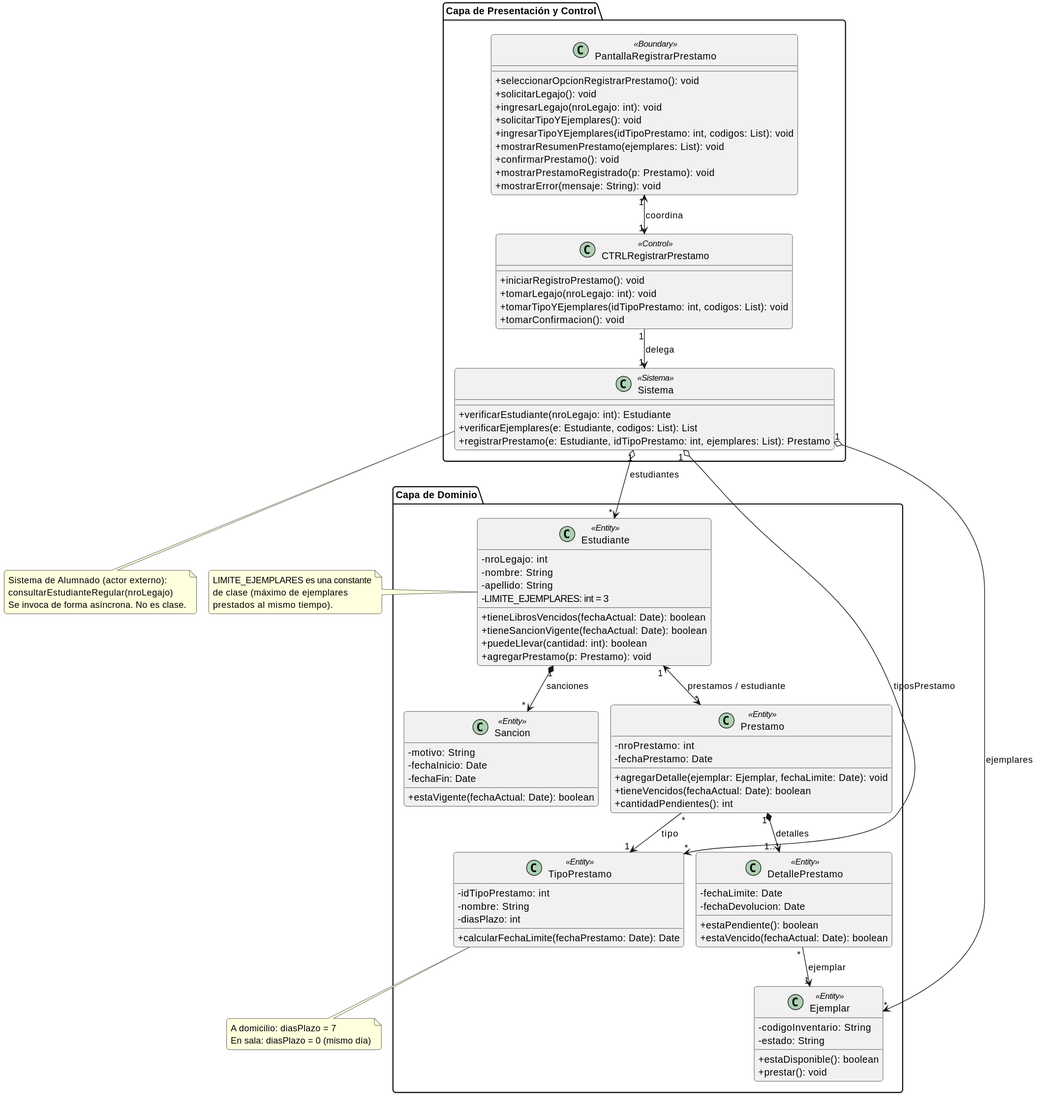
This is parciales/ejercicio-extra/02-registrar-prestamo/03-diagrama-clases/clases_registrar_prestamo.svg from sandobaitt/dsi-2026, a PlantUML export, as it was before one commit. Source of this version:
```plantuml
@startuml
!pragma layout smetana
!pragma layout smetana
skinparam shadowing false
skinparam roundcorner 8
skinparam classAttributeIconSize 0
skinparam linetype ortho


package "Capa de Presentación y Control" {

    class "PantallaRegistrarPrestamo" as UI <<Boundary>> {
        + seleccionarOpcionRegistrarPrestamo(): void
        + solicitarLegajo(): void
        + ingresarLegajo(nroLegajo: int): void
        + solicitarTipoYEjemplares(): void
        + ingresarTipoYEjemplares(idTipoPrestamo: int, codigos: List): void
        + mostrarResumenPrestamo(ejemplares: List): void
        + confirmarPrestamo(): void
        + mostrarPrestamoRegistrado(p: Prestamo): void
        + mostrarError(mensaje: String): void
    }

    class "CTRLRegistrarPrestamo" as CTRL <<Control>> {
        + iniciarRegistroPrestamo(): void
        + tomarLegajo(nroLegajo: int): void
        + tomarTipoYEjemplares(idTipoPrestamo: int, codigos: List): void
        + tomarConfirmacion(): void
    }

    class "Sistema" as Sistema <<Sistema>> {
        + verificarEstudiante(nroLegajo: int): Estudiante
        + verificarEjemplares(e: Estudiante, codigos: List): List
        + registrarPrestamo(e: Estudiante, idTipoPrestamo: int, ejemplares: List): Prestamo
    }
}

package "Capa de Dominio" {

    class "Estudiante" as Estudiante <<Entity>> {
        - nroLegajo: int
        - nombre: String
        - apellido: String
        - LIMITE_EJEMPLARES: int = 3
        + tieneLibrosVencidos(fechaActual: Date): boolean
        + tieneSancionVigente(fechaActual: Date): boolean
        + puedeLlevar(cantidad: int): boolean
        + agregarPrestamo(p: Prestamo): void
    }

    class "Sancion" as Sancion <<Entity>> {
        - motivo: String
        - fechaInicio: Date
        - fechaFin: Date
        + estaVigente(fechaActual: Date): boolean
    }

    class "Prestamo" as Prestamo <<Entity>> {
        - nroPrestamo: int
        - fechaPrestamo: Date
        + agregarDetalle(ejemplar: Ejemplar, fechaLimite: Date): void
        + tieneVencidos(fechaActual: Date): boolean
        + cantidadPendientes(): int
    }

    class "DetallePrestamo" as DetallePrestamo <<Entity>> {
        - fechaLimite: Date
        - fechaDevolucion: Date
        + estaPendiente(): boolean
        + estaVencido(fechaActual: Date): boolean
    }

    class "TipoPrestamo" as TipoPrestamo <<Entity>> {
        - idTipoPrestamo: int
        - nombre: String
        - diasPlazo: int
        + calcularFechaLimite(fechaPrestamo: Date): Date
    }

    class "Ejemplar" as Ejemplar <<Entity>> {
        - codigoInventario: String
        - estado: String
        + estaDisponible(): boolean
        + prestar(): void
    }
}


UI "1" <--> "1" CTRL : coordina
CTRL "1" --> "1" Sistema : delega

Sistema "1" o--> "*" Estudiante : estudiantes
Sistema "1" o--> "*" Ejemplar : ejemplares
Sistema "1" o--> "*" TipoPrestamo : tiposPrestamo

Estudiante "1" <--> "*" Prestamo : prestamos / estudiante
Estudiante "1" *--> "*" Sancion : sanciones
Prestamo "1" *--> "1..*" DetallePrestamo : detalles
Prestamo "*" --> "1" TipoPrestamo : tipo
DetallePrestamo "*" --> "1" Ejemplar : ejemplar

note right of Estudiante
  LIMITE_EJEMPLARES es una constante
  de clase (máximo de ejemplares
  prestados al mismo tiempo).
end note

note bottom of TipoPrestamo
  A domicilio: diasPlazo = 7
  En sala: diasPlazo = 0 (mismo día)
end note

note bottom of Sistema
  Sistema de Alumnado (actor externo):
  consultarEstudianteRegular(nroLegajo)
  Se invoca de forma asíncrona. No es clase.
end note
@enduml
```
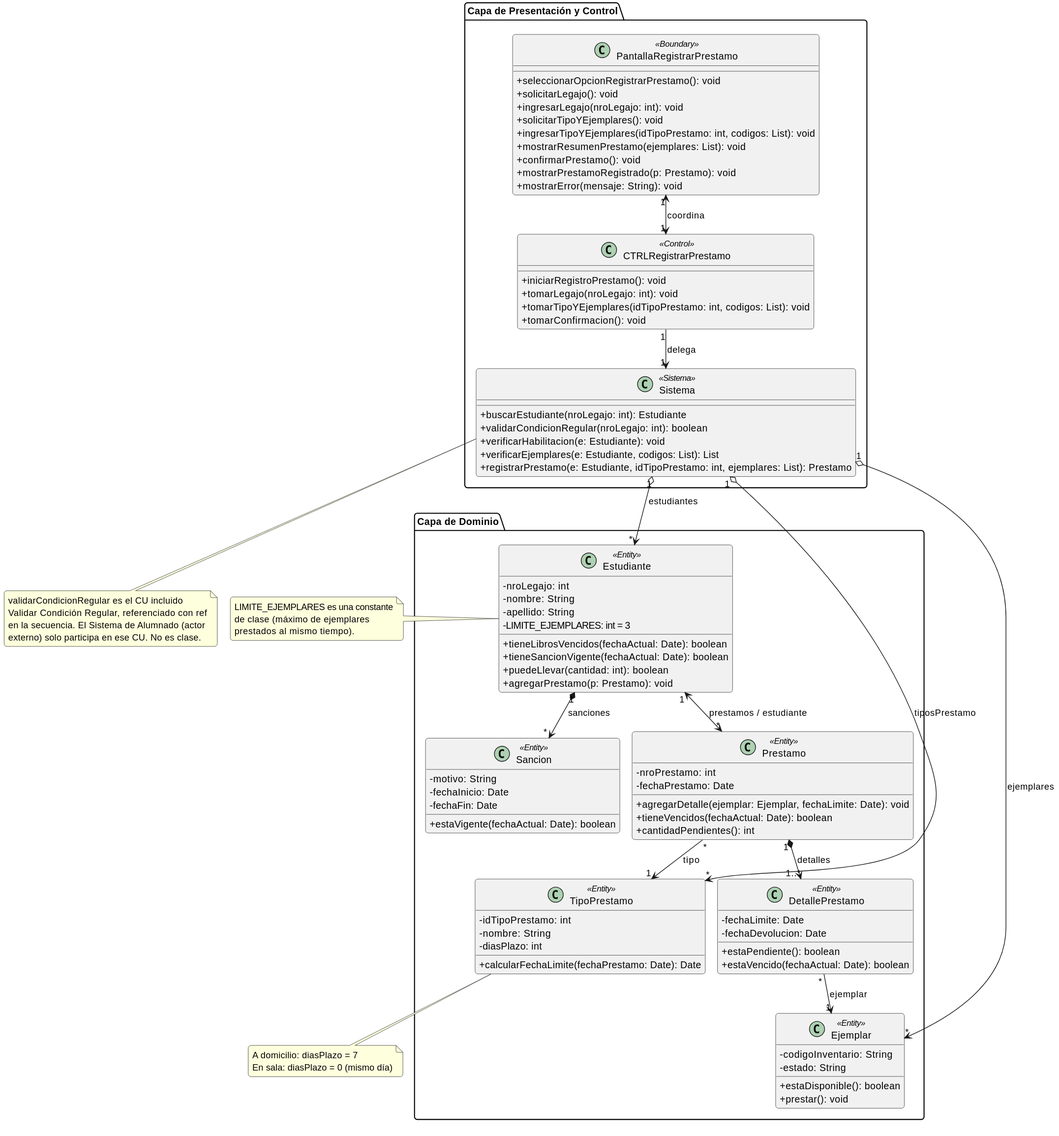
After the commit.

Commit message:
refactor: update class diagram and related documentation for registrar prestamo use case

What changed in the source:
```diff
@@ -29,7 +29,9 @@
     }
 
     class "Sistema" as Sistema <<Sistema>> {
-        + verificarEstudiante(nroLegajo: int): Estudiante
+        + buscarEstudiante(nroLegajo: int): Estudiante
+        + validarCondicionRegular(nroLegajo: int): boolean
+        + verificarHabilitacion(e: Estudiante): void
         + verificarEjemplares(e: Estudiante, codigos: List): List
         + registrarPrestamo(e: Estudiante, idTipoPrestamo: int, ejemplares: List): Prestamo
     }
@@ -111,8 +113,9 @@
 end note
 
 note bottom of Sistema
-  Sistema de Alumnado (actor externo):
-  consultarEstudianteRegular(nroLegajo)
-  Se invoca de forma asíncrona. No es clase.
+  validarCondicionRegular es el CU incluido
+  Validar Condición Regular, referenciado con ref
+  en la secuencia. El Sistema de Alumnado (actor
+  externo) solo participa en ese CU. No es clase.
 end note
 @enduml
```
